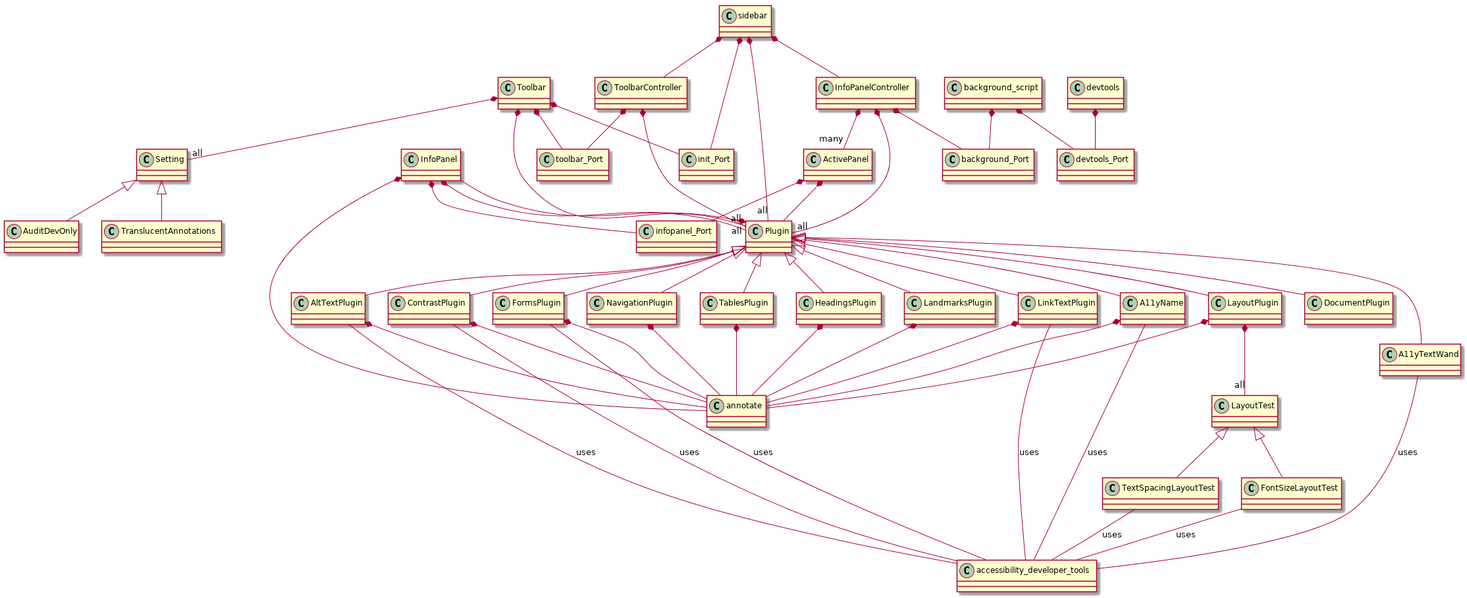
Before: class-diagram.png, a diagram exported from PlantUML (Skeletonxf/tota11y).
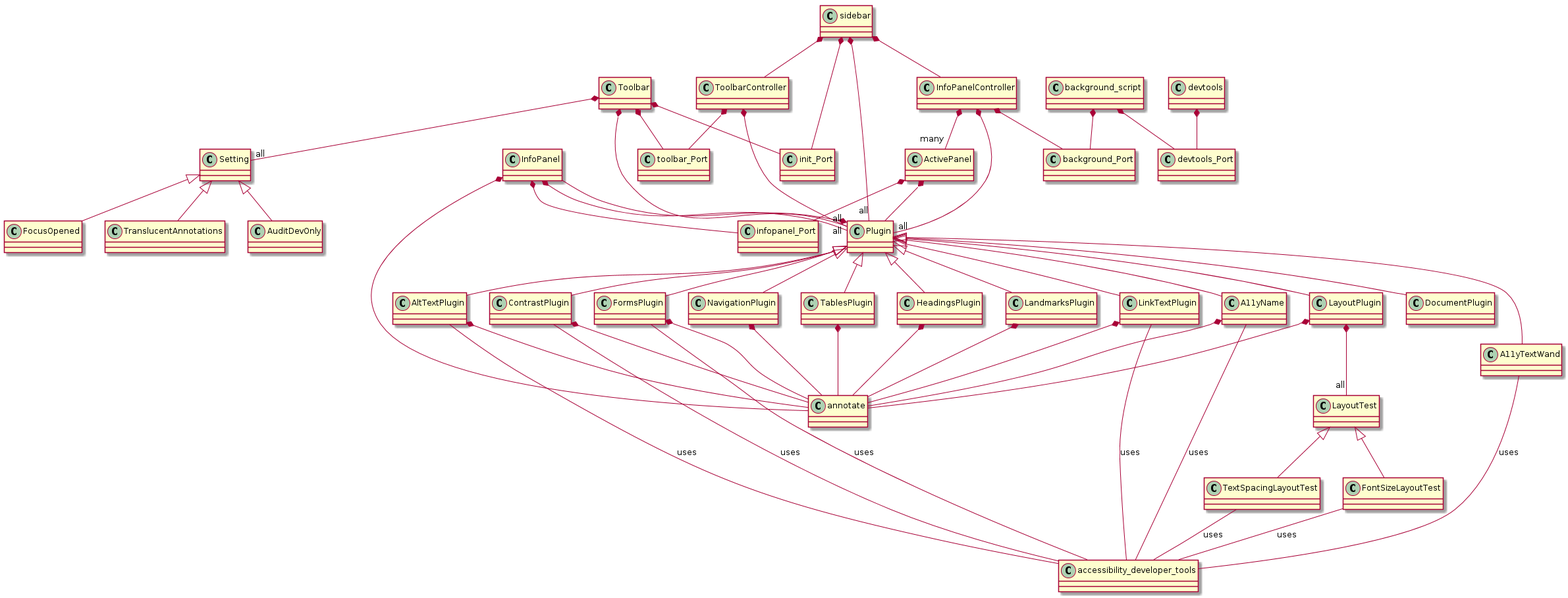
After the commit.

Commit message:
Update arch diagram

Change to the diagram source:
```diff
@@ -56,4 +56,5 @@
 ActivePanel *-- Plugin
 Setting <|-- TranslucentAnnotations
 Setting <|-- AuditDevOnly
+Setting <|-- FocusOpened
 @enduml
```
